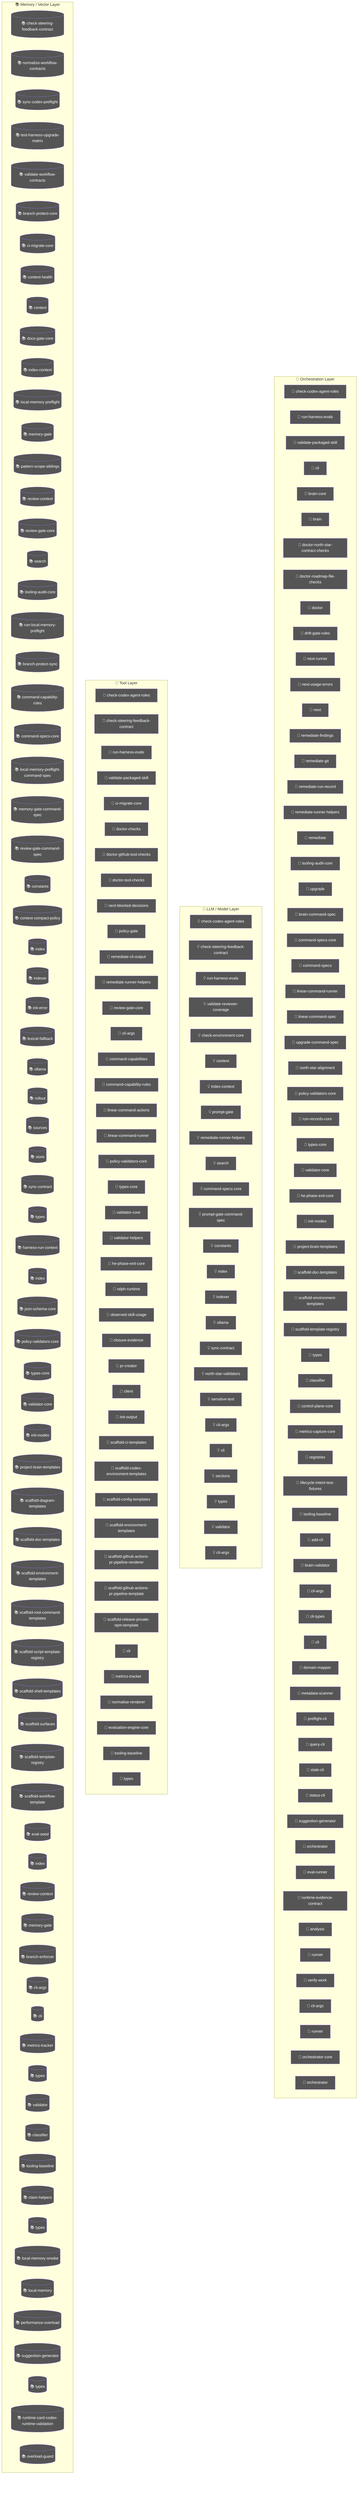
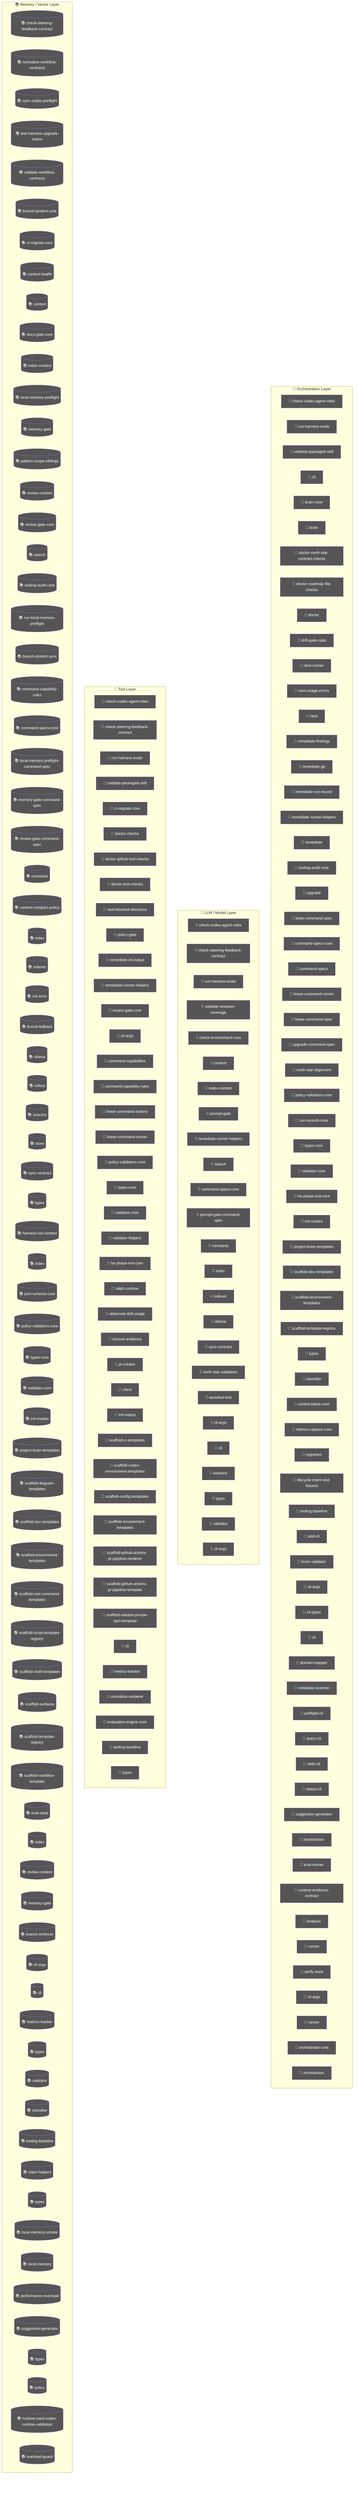
flowchart TD
  subgraph Orchestration["🎯 Orchestration Layer"]
    node_agent_mmd_orchestration_layer_orchestration_chec_7a9f0b64["🤖 check-codex-agent-roles"]
    node_agent_mmd_orchestration_layer_orchestration_run__18817957["🤖 run-harness-evals"]
    node_agent_mmd_orchestration_layer_orchestration_vali_c01b04be["🤖 validate-packaged-skill"]
    cli_99bb8840["🤖 cli"]
    brain_core_aa07c380["🤖 brain-core"]
    brain_bbbf7a64["🤖 brain"]
    doctor_north_star_contract_checks_0048124c["🤖 doctor-north-star-contract-checks"]
    doctor_roadmap_file_checks_14447b8e["🤖 doctor-roadmap-file-checks"]
    doctor_72f4be89["🤖 doctor"]
    drift_gate_rules_9685e72d["🤖 drift-gate-rules"]
    next_runner_41643472["🤖 next-runner"]
    next_usage_errors_837a345a["🤖 next-usage-errors"]
    next_c6c1c9a9["🤖 next"]
    remediate_findings_8b09c8c6["🤖 remediate-findings"]
    remediate_git_58c6f6f4["🤖 remediate-git"]
    remediate_run_record_9dfe5dc1["🤖 remediate-run-record"]
    node_agent_mmd_orchestration_layer_orchestration_reme_359fe98f["🤖 remediate-runner-helpers"]
    remediate_06b9c7fc["🤖 remediate"]
    node_agent_mmd_orchestration_layer_orchestration_tool_acfe0c01["🤖 tooling-audit-core"]
    upgrade_7fef9479["🤖 upgrade"]
    brain_command_spec_15b122d5["🤖 brain-command-spec"]
    node_agent_mmd_orchestration_layer_orchestration_comm_1f8cc24c["🤖 command-specs-core"]
    command_specs_69167c63["🤖 command-specs"]
    node_agent_mmd_orchestration_layer_orchestration_line_b67affd5["🤖 linear-command-runner"]
    linear_command_spec_1e12dd44["🤖 linear-command-spec"]
    upgrade_command_spec_03f6c7bd["🤖 upgrade-command-spec"]
    north_star_alignment_00440188["🤖 north-star-alignment"]
    node_agent_mmd_orchestration_layer_orchestration_poli_3270b55d["🤖 policy-validators-core"]
    run_records_core_89286dfa["🤖 run-records-core"]
    node_agent_mmd_orchestration_layer_orchestration_type_7cf81261["🤖 types-core"]
    node_agent_mmd_orchestration_layer_orchestration_vali_d9fe99e6["🤖 validator-core"]
    node_agent_mmd_orchestration_layer_orchestration_he_p_fc778c24["🤖 he-phase-exit-core"]
    node_agent_mmd_orchestration_layer_orchestration_init_2a9c3ecb["🤖 init-modes"]
    node_agent_mmd_orchestration_layer_orchestration_proj_6ab6f60f["🤖 project-brain-templates"]
    node_agent_mmd_orchestration_layer_orchestration_scaf_12cc07db["🤖 scaffold-doc-templates"]
    node_agent_mmd_orchestration_layer_orchestration_scaf_c9a90c2f["🤖 scaffold-environment-templates"]
    node_agent_mmd_orchestration_layer_orchestration_scaf_ff8f92f6["🤖 scaffold-template-registry"]
    types_11_4be3ee64["🤖 types"]
    node_agent_mmd_orchestration_layer_orchestration_clas_899b821a["🤖 classifier"]
    control_plane_core_db3b4cb2["🤖 control-plane-core"]
    metrics_capture_core_db4bf7cf["🤖 metrics-capture-core"]
    registries_06402afa["🤖 registries"]
    lifecycle_intent_test_fixtures_a53c7ada["🤖 lifecycle-intent-test-fixtures"]
    node_agent_mmd_orchestration_layer_orchestration_tool_cc43149f["🤖 tooling-baseline"]
    add_cli_7614de25["🤖 add-cli"]
    brain_validator_be251832["🤖 brain-validator"]
    cli_args_8_d546936e["🤖 cli-args"]
    cli_types_1686e858["🤖 cli-types"]
    cli_7_dc4a9f7f["🤖 cli"]
    domain_mapper_cd9333d2["🤖 domain-mapper"]
    metadata_scanner_6a101b66["🤖 metadata-scanner"]
    preflight_cli_5d148379["🤖 preflight-cli"]
    query_cli_b95be64d["🤖 query-cli"]
    stale_cli_64548720["🤖 stale-cli"]
    status_cli_4c24a0d6["🤖 status-cli"]
    node_agent_mmd_orchestration_layer_orchestration_sugg_85c5ebe3["🤖 suggestion-generator"]
    orchestrator_11376b7e["🤖 orchestrator"]
    eval_runner_0966a6b3["🤖 eval-runner"]
    runtime_evidence_contract_0f7b15b2["🤖 runtime-evidence-contract"]
    analysis_f44e85c4["🤖 analysis"]
    runner_527aa9f4["🤖 runner"]
    verify_work_1_cd8e7ec3["🤖 verify-work"]
    cli_args_14_3481043e["🤖 cli-args"]
    runner_1_6f281bf8["🤖 runner"]
    orchestrator_core_d0678b53["🤖 orchestrator-core"]
    orchestrator_1_6b7137c5["🤖 orchestrator"]
  end
  subgraph LLMLayer["🧠 LLM / Model Layer"]
    node_agent_mmd_llm_model_layer_llmlayer_check_codex_a_29e7b7fa["💡 check-codex-agent-roles"]
    node_agent_mmd_llm_model_layer_llmlayer_check_steerin_a7dbbd2f["💡 check-steering-feedback-contract"]
    node_agent_mmd_llm_model_layer_llmlayer_run_harness_e_603fcfdc["💡 run-harness-evals"]
    validate_reviewer_coverage_251efee3["💡 validate-reviewer-coverage"]
    check_environment_core_2c16213f["💡 check-environment-core"]
    node_agent_mmd_llm_model_layer_llmlayer_context_conte_ad2dfbd9["💡 context"]
    node_agent_mmd_llm_model_layer_llmlayer_index_context_1041bd11["💡 index-context"]
    prompt_gate_c5e9d207["💡 prompt-gate"]
    node_agent_mmd_llm_model_layer_llmlayer_remediate_run_9e3d4585["💡 remediate-runner-helpers"]
    node_agent_mmd_llm_model_layer_llmlayer_search_search_66b9a911["💡 search"]
    node_agent_mmd_llm_model_layer_llmlayer_command_specs_782af9fa["💡 command-specs-core"]
    prompt_gate_command_spec_9a941482["💡 prompt-gate-command-spec"]
    node_agent_mmd_llm_model_layer_llmlayer_constants_con_c9bd3f6c["💡 constants"]
    node_agent_mmd_llm_model_layer_llmlayer_index_index_1_02e160ff["💡 index"]
    node_agent_mmd_llm_model_layer_llmlayer_indexer_index_4f4deef5["💡 indexer"]
    node_agent_mmd_llm_model_layer_llmlayer_ollama_ollama_968b23fa["💡 ollama"]
    node_agent_mmd_llm_model_layer_llmlayer_sync_contract_9f3cc8c1["💡 sync-contract"]
    north_star_validators_cfc926ce["💡 north-star-validators"]
    sensitive_text_7c11f760["💡 sensitive-text"]
    cli_args_9_9c136878["💡 cli-args"]
    cli_8_e3a6ce03["💡 cli"]
    sections_4697ef32["💡 sections"]
    types_21_5756f9dc["💡 types"]
    validator_6_3688adbf["💡 validator"]
    cli_args_10_861cdd3f["💡 cli-args"]
  end
  subgraph ToolLayer["🔧 Tool Layer"]
    node_agent_mmd_tool_layer_toollayer_check_codex_agent_4b361d5a["🔧 check-codex-agent-roles"]
    node_agent_mmd_tool_layer_toollayer_check_steering_fe_84ed22c2["🔧 check-steering-feedback-contract"]
    node_agent_mmd_tool_layer_toollayer_run_harness_evals_e2ee24f1["🔧 run-harness-evals"]
    node_agent_mmd_tool_layer_toollayer_validate_packaged_f6ed6f12["🔧 validate-packaged-skill"]
    node_agent_mmd_tool_layer_toollayer_ci_migrate_core_c_049f8460["🔧 ci-migrate-core"]
    doctor_checks_5a2eb2b9["🔧 doctor-checks"]
    doctor_github_tool_checks_a53b0382["🔧 doctor-github-tool-checks"]
    doctor_tool_checks_4acac51a["🔧 doctor-tool-checks"]
    next_blocked_decisions_4140ad2b["🔧 next-blocked-decisions"]
    policy_gate_213f7313["🔧 policy-gate"]
    remediate_cli_output_cc165396["🔧 remediate-cli-output"]
    node_agent_mmd_tool_layer_toollayer_remediate_runner__c003b871["🔧 remediate-runner-helpers"]
    node_agent_mmd_tool_layer_toollayer_review_gate_core__7704598b["🔧 review-gate-core"]
    cli_args_1_6144b055["🔧 cli-args"]
    command_capabilities_a4d5c71e["🔧 command-capabilities"]
    node_agent_mmd_tool_layer_toollayer_command_capabilit_e97a4615["🔧 command-capability-rules"]
    linear_command_actions_e430f4f4["🔧 linear-command-actions"]
    node_agent_mmd_tool_layer_toollayer_linear_command_ru_d6763748["🔧 linear-command-runner"]
    node_agent_mmd_tool_layer_toollayer_policy_validators_af136abf["🔧 policy-validators-core"]
    node_agent_mmd_tool_layer_toollayer_types_core_types__6c8319b6["🔧 types-core"]
    node_agent_mmd_tool_layer_toollayer_validator_core_va_6ef6131f["🔧 validator-core"]
    validator_helpers_7b927667["🔧 validator-helpers"]
    node_agent_mmd_tool_layer_toollayer_he_phase_exit_cor_af016160["🔧 he-phase-exit-core"]
    ralph_runtime_73d63c0e["🔧 ralph-runtime"]
    observed_skill_usage_ed7d5930["🔧 observed-skill-usage"]
    closure_evidence_aaa31467["🔧 closure-evidence"]
    pr_creator_dc6b1ea4["🔧 pr-creator"]
    client_948fe603["🔧 client"]
    init_output_360dce91["🔧 init-output"]
    scaffold_ci_templates_2afd6392["🔧 scaffold-ci-templates"]
    scaffold_codex_environment_templates_334fbbed["🔧 scaffold-codex-environment-templates"]
    scaffold_config_templates_4b80ce53["🔧 scaffold-config-templates"]
    node_agent_mmd_tool_layer_toollayer_scaffold_environm_c1afc013["🔧 scaffold-environment-templates"]
    scaffold_github_actions_pr_pipeline_renderer_1ee18de5["🔧 scaffold-github-actions-pr-pipeline-renderer"]
    scaffold_github_actions_pr_pipeline_template_e2b85f62["🔧 scaffold-github-actions-pr-pipeline-template"]
    scaffold_release_private_npm_template_075499f8["🔧 scaffold-release-private-npm-template"]
    node_agent_mmd_tool_layer_toollayer_cli_cli_2_1_32d9eeaf["🔧 cli"]
    node_agent_mmd_tool_layer_toollayer_metrics_tracker_m_4c9237d8["🔧 metrics-tracker"]
    normalise_renderer_85f2e563["🔧 normalise-renderer"]
    evaluation_engine_core_e054fe49["🔧 evaluation-engine-core"]
    node_agent_mmd_tool_layer_toollayer_tooling_baseline__61e66e9f["🔧 tooling-baseline"]
-     types_28_4476fcc6["🔧 types"]
+     types_29_929d5a70["🔧 types"]
  end
  subgraph MemoryLayer["📚 Memory / Vector Layer"]
    node_agent_mmd_memory_vector_layer_memorylayer_check__d71f8993[("📚 check-steering-feedback-contract")]
    normalize_workflow_contracts_8701f1c8[("📚 normalize-workflow-contracts")]
    sync_codex_preflight_7e7a8dc2[("📚 sync-codex-preflight")]
    test_harness_upgrade_matrix_84113c4e[("📚 test-harness-upgrade-matrix")]
    validate_workflow_contracts_33dc063c[("📚 validate-workflow-contracts")]
    branch_protect_core_a8feb0fd[("📚 branch-protect-core")]
    node_agent_mmd_memory_vector_layer_memorylayer_ci_mig_0cd5b1a4[("📚 ci-migrate-core")]
    context_health_80bb7da9[("📚 context-health")]
    node_agent_mmd_memory_vector_layer_memorylayer_contex_78ceaaa9[("📚 context")]
    docs_gate_core_eb9b6c18[("📚 docs-gate-core")]
    node_agent_mmd_memory_vector_layer_memorylayer_index__6f3402d0[("📚 index-context")]
    local_memory_preflight_dcc36c42[("📚 local-memory-preflight")]
    memory_gate_a577a506[("📚 memory-gate")]
    pattern_scope_siblings_43abe000[("📚 pattern-scope-siblings")]
    review_context_ca6cf81d[("📚 review-context")]
    node_agent_mmd_memory_vector_layer_memorylayer_review_5bee9816[("📚 review-gate-core")]
    node_agent_mmd_memory_vector_layer_memorylayer_search_ac35cb7e[("📚 search")]
    node_agent_mmd_memory_vector_layer_memorylayer_toolin_a1185b8f[("📚 tooling-audit-core")]
    run_local_memory_preflight_36e92808[("📚 run-local-memory-preflight")]
    branch_protect_sync_570adb18[("📚 branch-protect-sync")]
    node_agent_mmd_memory_vector_layer_memorylayer_comman_c72a5d05[("📚 command-capability-rules")]
    node_agent_mmd_memory_vector_layer_memorylayer_comman_111eb454[("📚 command-specs-core")]
    local_memory_preflight_command_spec_9e23f3ce[("📚 local-memory-preflight-command-spec")]
    memory_gate_command_spec_dc9001a9[("📚 memory-gate-command-spec")]
    review_gate_command_spec_3187376a[("📚 review-gate-command-spec")]
    node_agent_mmd_memory_vector_layer_memorylayer_consta_702d3f46[("📚 constants")]
    context_compact_policy_3dcaf95d[("📚 context-compact-policy")]
    node_agent_mmd_memory_vector_layer_memorylayer_index__752bc61e[("📚 index")]
    node_agent_mmd_memory_vector_layer_memorylayer_indexe_93e6d86f[("📚 indexer")]
    init_error_5c7dd49f[("📚 init-error")]
    lexical_fallback_723e2b3e[("📚 lexical-fallback")]
    node_agent_mmd_memory_vector_layer_memorylayer_ollama_6d51be16[("📚 ollama")]
    rollout_a4fa034c[("📚 rollout")]
    sources_878a52fc[("📚 sources")]
    store_824d80d7[("📚 store")]
    node_agent_mmd_memory_vector_layer_memorylayer_sync_c_e43418bc[("📚 sync-contract")]
    types_4_822d0f88[("📚 types")]
    harness_run_context_ac7c77a9[("📚 harness-run-context")]
    index_1_faebc14e[("📚 index")]
    json_schema_core_96d7e328[("📚 json-schema-core")]
    node_agent_mmd_memory_vector_layer_memorylayer_policy_1944de42[("📚 policy-validators-core")]
    node_agent_mmd_memory_vector_layer_memorylayer_types__83f369fa[("📚 types-core")]
    node_agent_mmd_memory_vector_layer_memorylayer_valida_41034356[("📚 validator-core")]
    node_agent_mmd_memory_vector_layer_memorylayer_init_m_333d02c5[("📚 init-modes")]
    node_agent_mmd_memory_vector_layer_memorylayer_projec_3ae304d9[("📚 project-brain-templates")]
    scaffold_diagram_templates_dd88e83c[("📚 scaffold-diagram-templates")]
    node_agent_mmd_memory_vector_layer_memorylayer_scaffo_5fd73b94[("📚 scaffold-doc-templates")]
    node_agent_mmd_memory_vector_layer_memorylayer_scaffo_12b42341[("📚 scaffold-environment-templates")]
    scaffold_root_command_templates_404fed7f[("📚 scaffold-root-command-templates")]
    scaffold_script_template_registry_69312d4e[("📚 scaffold-script-template-registry")]
    scaffold_shell_templates_0ad0f915[("📚 scaffold-shell-templates")]
    scaffold_surfaces_12d6494e[("📚 scaffold-surfaces")]
    node_agent_mmd_memory_vector_layer_memorylayer_scaffo_a86eece1[("📚 scaffold-template-registry")]
    scaffold_workflow_template_92310587[("📚 scaffold-workflow-template")]
    eval_seed_5699fd3e[("📚 eval-seed")]
    index_6_fc9e91e2[("📚 index")]
    review_context_1_e3afed15[("📚 review-context")]
    memory_gate_1_265164ac[("📚 memory-gate")]
    branch_enforcer_acb749cd[("📚 branch-enforcer")]
    cli_args_5_09ea29f0[("📚 cli-args")]
    node_agent_mmd_memory_vector_layer_memorylayer_cli_cl_1f1f89ab[("📚 cli")]
    node_agent_mmd_memory_vector_layer_memorylayer_metric_12562178[("📚 metrics-tracker")]
    types_13_d025517b[("📚 types")]
    validator_4_5180cf23[("📚 validator")]
    node_agent_mmd_memory_vector_layer_memorylayer_classi_1ebbf5ff[("📚 classifier")]
    node_agent_mmd_memory_vector_layer_memorylayer_toolin_14f86b00[("📚 tooling-baseline")]
    claim_helpers_20dc8387[("📚 claim-helpers")]
    types_18_37582e2a[("📚 types")]
    local_memory_smoke_1175abfc[("📚 local-memory-smoke")]
    local_memory_0db17ecc[("📚 local-memory")]
    performance_overload_c685bfcf[("📚 performance-overload")]
    node_agent_mmd_memory_vector_layer_memorylayer_sugges_267f408d[("📚 suggestion-generator")]
    types_25_89d086aa[("📚 types")]
+     policy_1_fc4198db[("📚 policy")]
    runtime_card_codex_runtime_validation_d8ce9934[("📚 runtime-card-codex-runtime-validation")]
    overload_guard_2748c559[("📚 overload-guard")]
  end
  classDef agentNode fill:#555,color:#fff
  class node_agent_mmd_orchestration_layer_orchestration_chec_7a9f0b64,node_agent_mmd_llm_model_layer_llmlayer_check_codex_a_29e7b7fa,node_agent_mmd_tool_layer_toollayer_check_codex_agent_4b361d5a,node_agent_mmd_orchestration_layer_orchestration_run__18817957,node_agent_mmd_llm_model_layer_llmlayer_run_harness_e_603fcfdc,node_agent_mmd_tool_layer_toollayer_run_harness_evals_e2ee24f1,node_agent_mmd_orchestration_layer_orchestration_vali_c01b04be,node_agent_mmd_tool_layer_toollayer_validate_packaged_f6ed6f12,cli_99bb8840,brain_core_aa07c380,brain_bbbf7a64,doctor_north_star_contract_checks_0048124c,doctor_roadmap_file_checks_14447b8e,doctor_72f4be89,drift_gate_rules_9685e72d,next_runner_41643472,next_usage_errors_837a345a,next_c6c1c9a9,remediate_findings_8b09c8c6,remediate_git_58c6f6f4,remediate_run_record_9dfe5dc1,node_agent_mmd_orchestration_layer_orchestration_reme_359fe98f,node_agent_mmd_llm_model_layer_llmlayer_remediate_run_9e3d4585,node_agent_mmd_tool_layer_toollayer_remediate_runner__c003b871,remediate_06b9c7fc,node_agent_mmd_orchestration_layer_orchestration_tool_acfe0c01,node_agent_mmd_memory_vector_layer_memorylayer_toolin_a1185b8f,upgrade_7fef9479,brain_command_spec_15b122d5,node_agent_mmd_orchestration_layer_orchestration_comm_1f8cc24c,node_agent_mmd_llm_model_layer_llmlayer_command_specs_782af9fa,node_agent_mmd_memory_vector_layer_memorylayer_comman_111eb454,command_specs_69167c63,node_agent_mmd_orchestration_layer_orchestration_line_b67affd5,node_agent_mmd_tool_layer_toollayer_linear_command_ru_d6763748,linear_command_spec_1e12dd44,upgrade_command_spec_03f6c7bd,north_star_alignment_00440188,node_agent_mmd_orchestration_layer_orchestration_poli_3270b55d,node_agent_mmd_tool_layer_toollayer_policy_validators_af136abf,node_agent_mmd_memory_vector_layer_memorylayer_policy_1944de42,run_records_core_89286dfa,node_agent_mmd_orchestration_layer_orchestration_type_7cf81261,node_agent_mmd_tool_layer_toollayer_types_core_types__6c8319b6,node_agent_mmd_memory_vector_layer_memorylayer_types__83f369fa,node_agent_mmd_orchestration_layer_orchestration_vali_d9fe99e6,node_agent_mmd_tool_layer_toollayer_validator_core_va_6ef6131f,node_agent_mmd_memory_vector_layer_memorylayer_valida_41034356,node_agent_mmd_orchestration_layer_orchestration_he_p_fc778c24,node_agent_mmd_tool_layer_toollayer_he_phase_exit_cor_af016160,node_agent_mmd_orchestration_layer_orchestration_init_2a9c3ecb,node_agent_mmd_memory_vector_layer_memorylayer_init_m_333d02c5,node_agent_mmd_orchestration_layer_orchestration_proj_6ab6f60f,node_agent_mmd_memory_vector_layer_memorylayer_projec_3ae304d9,node_agent_mmd_orchestration_layer_orchestration_scaf_12cc07db,node_agent_mmd_memory_vector_layer_memorylayer_scaffo_5fd73b94,node_agent_mmd_orchestration_layer_orchestration_scaf_c9a90c2f,node_agent_mmd_tool_layer_toollayer_scaffold_environm_c1afc013,node_agent_mmd_memory_vector_layer_memorylayer_scaffo_12b42341,node_agent_mmd_orchestration_layer_orchestration_scaf_ff8f92f6,node_agent_mmd_memory_vector_layer_memorylayer_scaffo_a86eece1,types_11_4be3ee64,node_agent_mmd_orchestration_layer_orchestration_clas_899b821a,node_agent_mmd_memory_vector_layer_memorylayer_classi_1ebbf5ff,control_plane_core_db3b4cb2,metrics_capture_core_db4bf7cf,registries_06402afa,lifecycle_intent_test_fixtures_a53c7ada,node_agent_mmd_orchestration_layer_orchestration_tool_cc43149f,node_agent_mmd_tool_layer_toollayer_tooling_baseline__61e66e9f,node_agent_mmd_memory_vector_layer_memorylayer_toolin_14f86b00,add_cli_7614de25,brain_validator_be251832,cli_args_8_d546936e,cli_types_1686e858,cli_7_dc4a9f7f,domain_mapper_cd9333d2,metadata_scanner_6a101b66,preflight_cli_5d148379,query_cli_b95be64d,stale_cli_64548720,status_cli_4c24a0d6,node_agent_mmd_orchestration_layer_orchestration_sugg_85c5ebe3,node_agent_mmd_memory_vector_layer_memorylayer_sugges_267f408d,orchestrator_11376b7e,eval_runner_0966a6b3,runtime_evidence_contract_0f7b15b2,analysis_f44e85c4,runner_527aa9f4,verify_work_1_cd8e7ec3,cli_args_14_3481043e,runner_1_6f281bf8,orchestrator_core_d0678b53,orchestrator_1_6b7137c5 agentNode
  classDef llmNode fill:#555,color:#fff
  class node_agent_mmd_orchestration_layer_orchestration_chec_7a9f0b64,node_agent_mmd_llm_model_layer_llmlayer_check_codex_a_29e7b7fa,node_agent_mmd_tool_layer_toollayer_check_codex_agent_4b361d5a,node_agent_mmd_llm_model_layer_llmlayer_check_steerin_a7dbbd2f,node_agent_mmd_tool_layer_toollayer_check_steering_fe_84ed22c2,node_agent_mmd_memory_vector_layer_memorylayer_check__d71f8993,node_agent_mmd_orchestration_layer_orchestration_run__18817957,node_agent_mmd_llm_model_layer_llmlayer_run_harness_e_603fcfdc,node_agent_mmd_tool_layer_toollayer_run_harness_evals_e2ee24f1,validate_reviewer_coverage_251efee3,check_environment_core_2c16213f,node_agent_mmd_llm_model_layer_llmlayer_context_conte_ad2dfbd9,node_agent_mmd_memory_vector_layer_memorylayer_contex_78ceaaa9,node_agent_mmd_llm_model_layer_llmlayer_index_context_1041bd11,node_agent_mmd_memory_vector_layer_memorylayer_index__6f3402d0,prompt_gate_c5e9d207,node_agent_mmd_orchestration_layer_orchestration_reme_359fe98f,node_agent_mmd_llm_model_layer_llmlayer_remediate_run_9e3d4585,node_agent_mmd_tool_layer_toollayer_remediate_runner__c003b871,node_agent_mmd_llm_model_layer_llmlayer_search_search_66b9a911,node_agent_mmd_memory_vector_layer_memorylayer_search_ac35cb7e,node_agent_mmd_orchestration_layer_orchestration_comm_1f8cc24c,node_agent_mmd_llm_model_layer_llmlayer_command_specs_782af9fa,node_agent_mmd_memory_vector_layer_memorylayer_comman_111eb454,prompt_gate_command_spec_9a941482,node_agent_mmd_llm_model_layer_llmlayer_constants_con_c9bd3f6c,node_agent_mmd_memory_vector_layer_memorylayer_consta_702d3f46,node_agent_mmd_llm_model_layer_llmlayer_index_index_1_02e160ff,node_agent_mmd_memory_vector_layer_memorylayer_index__752bc61e,node_agent_mmd_llm_model_layer_llmlayer_indexer_index_4f4deef5,node_agent_mmd_memory_vector_layer_memorylayer_indexe_93e6d86f,node_agent_mmd_llm_model_layer_llmlayer_ollama_ollama_968b23fa,node_agent_mmd_memory_vector_layer_memorylayer_ollama_6d51be16,node_agent_mmd_llm_model_layer_llmlayer_sync_contract_9f3cc8c1,node_agent_mmd_memory_vector_layer_memorylayer_sync_c_e43418bc,north_star_validators_cfc926ce,sensitive_text_7c11f760,cli_args_9_9c136878,cli_8_e3a6ce03,sections_4697ef32,types_21_5756f9dc,validator_6_3688adbf,cli_args_10_861cdd3f llmNode
  classDef toolNode fill:#555,color:#fff
-   class node_agent_mmd_orchestration_layer_orchestration_chec_7a9f0b64,node_agent_mmd_llm_model_layer_llmlayer_check_codex_a_29e7b7fa,node_agent_mmd_tool_layer_toollayer_check_codex_agent_4b361d5a,node_agent_mmd_llm_model_layer_llmlayer_check_steerin_a7dbbd2f,node_agent_mmd_tool_layer_toollayer_check_steering_fe_84ed22c2,node_agent_mmd_memory_vector_layer_memorylayer_check__d71f8993,node_agent_mmd_orchestration_layer_orchestration_run__18817957,node_agent_mmd_llm_model_layer_llmlayer_run_harness_e_603fcfdc,node_agent_mmd_tool_layer_toollayer_run_harness_evals_e2ee24f1,node_agent_mmd_orchestration_layer_orchestration_vali_c01b04be,node_agent_mmd_tool_layer_toollayer_validate_packaged_f6ed6f12,node_agent_mmd_tool_layer_toollayer_ci_migrate_core_c_049f8460,node_agent_mmd_memory_vector_layer_memorylayer_ci_mig_0cd5b1a4,doctor_checks_5a2eb2b9,doctor_github_tool_checks_a53b0382,doctor_tool_checks_4acac51a,next_blocked_decisions_4140ad2b,policy_gate_213f7313,remediate_cli_output_cc165396,node_agent_mmd_orchestration_layer_orchestration_reme_359fe98f,node_agent_mmd_llm_model_layer_llmlayer_remediate_run_9e3d4585,node_agent_mmd_tool_layer_toollayer_remediate_runner__c003b871,node_agent_mmd_tool_layer_toollayer_review_gate_core__7704598b,node_agent_mmd_memory_vector_layer_memorylayer_review_5bee9816,cli_args_1_6144b055,command_capabilities_a4d5c71e,node_agent_mmd_tool_layer_toollayer_command_capabilit_e97a4615,node_agent_mmd_memory_vector_layer_memorylayer_comman_c72a5d05,linear_command_actions_e430f4f4,node_agent_mmd_orchestration_layer_orchestration_line_b67affd5,node_agent_mmd_tool_layer_toollayer_linear_command_ru_d6763748,node_agent_mmd_orchestration_layer_orchestration_poli_3270b55d,node_agent_mmd_tool_layer_toollayer_policy_validators_af136abf,node_agent_mmd_memory_vector_layer_memorylayer_policy_1944de42,node_agent_mmd_orchestration_layer_orchestration_type_7cf81261,node_agent_mmd_tool_layer_toollayer_types_core_types__6c8319b6,node_agent_mmd_memory_vector_layer_memorylayer_types__83f369fa,node_agent_mmd_orchestration_layer_orchestration_vali_d9fe99e6,node_agent_mmd_tool_layer_toollayer_validator_core_va_6ef6131f,node_agent_mmd_memory_vector_layer_memorylayer_valida_41034356,validator_helpers_7b927667,node_agent_mmd_orchestration_layer_orchestration_he_p_fc778c24,node_agent_mmd_tool_layer_toollayer_he_phase_exit_cor_af016160,ralph_runtime_73d63c0e,observed_skill_usage_ed7d5930,closure_evidence_aaa31467,pr_creator_dc6b1ea4,client_948fe603,init_output_360dce91,scaffold_ci_templates_2afd6392,scaffold_codex_environment_templates_334fbbed,scaffold_config_templates_4b80ce53,node_agent_mmd_orchestration_layer_orchestration_scaf_c9a90c2f,node_agent_mmd_tool_layer_toollayer_scaffold_environm_c1afc013,node_agent_mmd_memory_vector_layer_memorylayer_scaffo_12b42341,scaffold_github_actions_pr_pipeline_renderer_1ee18de5,scaffold_github_actions_pr_pipeline_template_e2b85f62,scaffold_release_private_npm_template_075499f8,node_agent_mmd_tool_layer_toollayer_cli_cli_2_1_32d9eeaf,node_agent_mmd_memory_vector_layer_memorylayer_cli_cl_1f1f89ab,node_agent_mmd_tool_layer_toollayer_metrics_tracker_m_4c9237d8,node_agent_mmd_memory_vector_layer_memorylayer_metric_12562178,normalise_renderer_85f2e563,evaluation_engine_core_e054fe49,node_agent_mmd_orchestration_layer_orchestration_tool_cc43149f,node_agent_mmd_tool_layer_toollayer_tooling_baseline__61e66e9f,node_agent_mmd_memory_vector_layer_memorylayer_toolin_14f86b00,types_28_4476fcc6 toolNode
+   class node_agent_mmd_orchestration_layer_orchestration_chec_7a9f0b64,node_agent_mmd_llm_model_layer_llmlayer_check_codex_a_29e7b7fa,node_agent_mmd_tool_layer_toollayer_check_codex_agent_4b361d5a,node_agent_mmd_llm_model_layer_llmlayer_check_steerin_a7dbbd2f,node_agent_mmd_tool_layer_toollayer_check_steering_fe_84ed22c2,node_agent_mmd_memory_vector_layer_memorylayer_check__d71f8993,node_agent_mmd_orchestration_layer_orchestration_run__18817957,node_agent_mmd_llm_model_layer_llmlayer_run_harness_e_603fcfdc,node_agent_mmd_tool_layer_toollayer_run_harness_evals_e2ee24f1,node_agent_mmd_orchestration_layer_orchestration_vali_c01b04be,node_agent_mmd_tool_layer_toollayer_validate_packaged_f6ed6f12,node_agent_mmd_tool_layer_toollayer_ci_migrate_core_c_049f8460,node_agent_mmd_memory_vector_layer_memorylayer_ci_mig_0cd5b1a4,doctor_checks_5a2eb2b9,doctor_github_tool_checks_a53b0382,doctor_tool_checks_4acac51a,next_blocked_decisions_4140ad2b,policy_gate_213f7313,remediate_cli_output_cc165396,node_agent_mmd_orchestration_layer_orchestration_reme_359fe98f,node_agent_mmd_llm_model_layer_llmlayer_remediate_run_9e3d4585,node_agent_mmd_tool_layer_toollayer_remediate_runner__c003b871,node_agent_mmd_tool_layer_toollayer_review_gate_core__7704598b,node_agent_mmd_memory_vector_layer_memorylayer_review_5bee9816,cli_args_1_6144b055,command_capabilities_a4d5c71e,node_agent_mmd_tool_layer_toollayer_command_capabilit_e97a4615,node_agent_mmd_memory_vector_layer_memorylayer_comman_c72a5d05,linear_command_actions_e430f4f4,node_agent_mmd_orchestration_layer_orchestration_line_b67affd5,node_agent_mmd_tool_layer_toollayer_linear_command_ru_d6763748,node_agent_mmd_orchestration_layer_orchestration_poli_3270b55d,node_agent_mmd_tool_layer_toollayer_policy_validators_af136abf,node_agent_mmd_memory_vector_layer_memorylayer_policy_1944de42,node_agent_mmd_orchestration_layer_orchestration_type_7cf81261,node_agent_mmd_tool_layer_toollayer_types_core_types__6c8319b6,node_agent_mmd_memory_vector_layer_memorylayer_types__83f369fa,node_agent_mmd_orchestration_layer_orchestration_vali_d9fe99e6,node_agent_mmd_tool_layer_toollayer_validator_core_va_6ef6131f,node_agent_mmd_memory_vector_layer_memorylayer_valida_41034356,validator_helpers_7b927667,node_agent_mmd_orchestration_layer_orchestration_he_p_fc778c24,node_agent_mmd_tool_layer_toollayer_he_phase_exit_cor_af016160,ralph_runtime_73d63c0e,observed_skill_usage_ed7d5930,closure_evidence_aaa31467,pr_creator_dc6b1ea4,client_948fe603,init_output_360dce91,scaffold_ci_templates_2afd6392,scaffold_codex_environment_templates_334fbbed,scaffold_config_templates_4b80ce53,node_agent_mmd_orchestration_layer_orchestration_scaf_c9a90c2f,node_agent_mmd_tool_layer_toollayer_scaffold_environm_c1afc013,node_agent_mmd_memory_vector_layer_memorylayer_scaffo_12b42341,scaffold_github_actions_pr_pipeline_renderer_1ee18de5,scaffold_github_actions_pr_pipeline_template_e2b85f62,scaffold_release_private_npm_template_075499f8,node_agent_mmd_tool_layer_toollayer_cli_cli_2_1_32d9eeaf,node_agent_mmd_memory_vector_layer_memorylayer_cli_cl_1f1f89ab,node_agent_mmd_tool_layer_toollayer_metrics_tracker_m_4c9237d8,node_agent_mmd_memory_vector_layer_memorylayer_metric_12562178,normalise_renderer_85f2e563,evaluation_engine_core_e054fe49,node_agent_mmd_orchestration_layer_orchestration_tool_cc43149f,node_agent_mmd_tool_layer_toollayer_tooling_baseline__61e66e9f,node_agent_mmd_memory_vector_layer_memorylayer_toolin_14f86b00,types_29_929d5a70 toolNode
  classDef memNode fill:#555,color:#fff
-   class node_agent_mmd_llm_model_layer_llmlayer_check_steerin_a7dbbd2f,node_agent_mmd_tool_layer_toollayer_check_steering_fe_84ed22c2,node_agent_mmd_memory_vector_layer_memorylayer_check__d71f8993,normalize_workflow_contracts_8701f1c8,sync_codex_preflight_7e7a8dc2,test_harness_upgrade_matrix_84113c4e,validate_workflow_contracts_33dc063c,branch_protect_core_a8feb0fd,node_agent_mmd_tool_layer_toollayer_ci_migrate_core_c_049f8460,node_agent_mmd_memory_vector_layer_memorylayer_ci_mig_0cd5b1a4,context_health_80bb7da9,node_agent_mmd_llm_model_layer_llmlayer_context_conte_ad2dfbd9,node_agent_mmd_memory_vector_layer_memorylayer_contex_78ceaaa9,docs_gate_core_eb9b6c18,node_agent_mmd_llm_model_layer_llmlayer_index_context_1041bd11,node_agent_mmd_memory_vector_layer_memorylayer_index__6f3402d0,local_memory_preflight_dcc36c42,memory_gate_a577a506,pattern_scope_siblings_43abe000,review_context_ca6cf81d,node_agent_mmd_tool_layer_toollayer_review_gate_core__7704598b,node_agent_mmd_memory_vector_layer_memorylayer_review_5bee9816,node_agent_mmd_llm_model_layer_llmlayer_search_search_66b9a911,node_agent_mmd_memory_vector_layer_memorylayer_search_ac35cb7e,node_agent_mmd_orchestration_layer_orchestration_tool_acfe0c01,node_agent_mmd_memory_vector_layer_memorylayer_toolin_a1185b8f,run_local_memory_preflight_36e92808,branch_protect_sync_570adb18,node_agent_mmd_tool_layer_toollayer_command_capabilit_e97a4615,node_agent_mmd_memory_vector_layer_memorylayer_comman_c72a5d05,node_agent_mmd_orchestration_layer_orchestration_comm_1f8cc24c,node_agent_mmd_llm_model_layer_llmlayer_command_specs_782af9fa,node_agent_mmd_memory_vector_layer_memorylayer_comman_111eb454,local_memory_preflight_command_spec_9e23f3ce,memory_gate_command_spec_dc9001a9,review_gate_command_spec_3187376a,node_agent_mmd_llm_model_layer_llmlayer_constants_con_c9bd3f6c,node_agent_mmd_memory_vector_layer_memorylayer_consta_702d3f46,context_compact_policy_3dcaf95d,node_agent_mmd_llm_model_layer_llmlayer_index_index_1_02e160ff,node_agent_mmd_memory_vector_layer_memorylayer_index__752bc61e,node_agent_mmd_llm_model_layer_llmlayer_indexer_index_4f4deef5,node_agent_mmd_memory_vector_layer_memorylayer_indexe_93e6d86f,init_error_5c7dd49f,lexical_fallback_723e2b3e,node_agent_mmd_llm_model_layer_llmlayer_ollama_ollama_968b23fa,node_agent_mmd_memory_vector_layer_memorylayer_ollama_6d51be16,rollout_a4fa034c,sources_878a52fc,store_824d80d7,node_agent_mmd_llm_model_layer_llmlayer_sync_contract_9f3cc8c1,node_agent_mmd_memory_vector_layer_memorylayer_sync_c_e43418bc,types_4_822d0f88,harness_run_context_ac7c77a9,index_1_faebc14e,json_schema_core_96d7e328,node_agent_mmd_orchestration_layer_orchestration_poli_3270b55d,node_agent_mmd_tool_layer_toollayer_policy_validators_af136abf,node_agent_mmd_memory_vector_layer_memorylayer_policy_1944de42,node_agent_mmd_orchestration_layer_orchestration_type_7cf81261,node_agent_mmd_tool_layer_toollayer_types_core_types__6c8319b6,node_agent_mmd_memory_vector_layer_memorylayer_types__83f369fa,node_agent_mmd_orchestration_layer_orchestration_vali_d9fe99e6,node_agent_mmd_tool_layer_toollayer_validator_core_va_6ef6131f,node_agent_mmd_memory_vector_layer_memorylayer_valida_41034356,node_agent_mmd_orchestration_layer_orchestration_init_2a9c3ecb,node_agent_mmd_memory_vector_layer_memorylayer_init_m_333d02c5,node_agent_mmd_orchestration_layer_orchestration_proj_6ab6f60f,node_agent_mmd_memory_vector_layer_memorylayer_projec_3ae304d9,scaffold_diagram_templates_dd88e83c,node_agent_mmd_orchestration_layer_orchestration_scaf_12cc07db,node_agent_mmd_memory_vector_layer_memorylayer_scaffo_5fd73b94,node_agent_mmd_orchestration_layer_orchestration_scaf_c9a90c2f,node_agent_mmd_tool_layer_toollayer_scaffold_environm_c1afc013,node_agent_mmd_memory_vector_layer_memorylayer_scaffo_12b42341,scaffold_root_command_templates_404fed7f,scaffold_script_template_registry_69312d4e,scaffold_shell_templates_0ad0f915,scaffold_surfaces_12d6494e,node_agent_mmd_orchestration_layer_orchestration_scaf_ff8f92f6,node_agent_mmd_memory_vector_layer_memorylayer_scaffo_a86eece1,scaffold_workflow_template_92310587,eval_seed_5699fd3e,index_6_fc9e91e2,review_context_1_e3afed15,memory_gate_1_265164ac,branch_enforcer_acb749cd,cli_args_5_09ea29f0,node_agent_mmd_tool_layer_toollayer_cli_cli_2_1_32d9eeaf,node_agent_mmd_memory_vector_layer_memorylayer_cli_cl_1f1f89ab,node_agent_mmd_tool_layer_toollayer_metrics_tracker_m_4c9237d8,node_agent_mmd_memory_vector_layer_memorylayer_metric_12562178,types_13_d025517b,validator_4_5180cf23,node_agent_mmd_orchestration_layer_orchestration_clas_899b821a,node_agent_mmd_memory_vector_layer_memorylayer_classi_1ebbf5ff,node_agent_mmd_orchestration_layer_orchestration_tool_cc43149f,node_agent_mmd_tool_layer_toollayer_tooling_baseline__61e66e9f,node_agent_mmd_memory_vector_layer_memorylayer_toolin_14f86b00,claim_helpers_20dc8387,types_18_37582e2a,local_memory_smoke_1175abfc,local_memory_0db17ecc,performance_overload_c685bfcf,node_agent_mmd_orchestration_layer_orchestration_sugg_85c5ebe3,node_agent_mmd_memory_vector_layer_memorylayer_sugges_267f408d,types_25_89d086aa,runtime_card_codex_runtime_validation_d8ce9934,overload_guard_2748c559 memNode
+   class node_agent_mmd_llm_model_layer_llmlayer_check_steerin_a7dbbd2f,node_agent_mmd_tool_layer_toollayer_check_steering_fe_84ed22c2,node_agent_mmd_memory_vector_layer_memorylayer_check__d71f8993,normalize_workflow_contracts_8701f1c8,sync_codex_preflight_7e7a8dc2,test_harness_upgrade_matrix_84113c4e,validate_workflow_contracts_33dc063c,branch_protect_core_a8feb0fd,node_agent_mmd_tool_layer_toollayer_ci_migrate_core_c_049f8460,node_agent_mmd_memory_vector_layer_memorylayer_ci_mig_0cd5b1a4,context_health_80bb7da9,node_agent_mmd_llm_model_layer_llmlayer_context_conte_ad2dfbd9,node_agent_mmd_memory_vector_layer_memorylayer_contex_78ceaaa9,docs_gate_core_eb9b6c18,node_agent_mmd_llm_model_layer_llmlayer_index_context_1041bd11,node_agent_mmd_memory_vector_layer_memorylayer_index__6f3402d0,local_memory_preflight_dcc36c42,memory_gate_a577a506,pattern_scope_siblings_43abe000,review_context_ca6cf81d,node_agent_mmd_tool_layer_toollayer_review_gate_core__7704598b,node_agent_mmd_memory_vector_layer_memorylayer_review_5bee9816,node_agent_mmd_llm_model_layer_llmlayer_search_search_66b9a911,node_agent_mmd_memory_vector_layer_memorylayer_search_ac35cb7e,node_agent_mmd_orchestration_layer_orchestration_tool_acfe0c01,node_agent_mmd_memory_vector_layer_memorylayer_toolin_a1185b8f,run_local_memory_preflight_36e92808,branch_protect_sync_570adb18,node_agent_mmd_tool_layer_toollayer_command_capabilit_e97a4615,node_agent_mmd_memory_vector_layer_memorylayer_comman_c72a5d05,node_agent_mmd_orchestration_layer_orchestration_comm_1f8cc24c,node_agent_mmd_llm_model_layer_llmlayer_command_specs_782af9fa,node_agent_mmd_memory_vector_layer_memorylayer_comman_111eb454,local_memory_preflight_command_spec_9e23f3ce,memory_gate_command_spec_dc9001a9,review_gate_command_spec_3187376a,node_agent_mmd_llm_model_layer_llmlayer_constants_con_c9bd3f6c,node_agent_mmd_memory_vector_layer_memorylayer_consta_702d3f46,context_compact_policy_3dcaf95d,node_agent_mmd_llm_model_layer_llmlayer_index_index_1_02e160ff,node_agent_mmd_memory_vector_layer_memorylayer_index__752bc61e,node_agent_mmd_llm_model_layer_llmlayer_indexer_index_4f4deef5,node_agent_mmd_memory_vector_layer_memorylayer_indexe_93e6d86f,init_error_5c7dd49f,lexical_fallback_723e2b3e,node_agent_mmd_llm_model_layer_llmlayer_ollama_ollama_968b23fa,node_agent_mmd_memory_vector_layer_memorylayer_ollama_6d51be16,rollout_a4fa034c,sources_878a52fc,store_824d80d7,node_agent_mmd_llm_model_layer_llmlayer_sync_contract_9f3cc8c1,node_agent_mmd_memory_vector_layer_memorylayer_sync_c_e43418bc,types_4_822d0f88,harness_run_context_ac7c77a9,index_1_faebc14e,json_schema_core_96d7e328,node_agent_mmd_orchestration_layer_orchestration_poli_3270b55d,node_agent_mmd_tool_layer_toollayer_policy_validators_af136abf,node_agent_mmd_memory_vector_layer_memorylayer_policy_1944de42,node_agent_mmd_orchestration_layer_orchestration_type_7cf81261,node_agent_mmd_tool_layer_toollayer_types_core_types__6c8319b6,node_agent_mmd_memory_vector_layer_memorylayer_types__83f369fa,node_agent_mmd_orchestration_layer_orchestration_vali_d9fe99e6,node_agent_mmd_tool_layer_toollayer_validator_core_va_6ef6131f,node_agent_mmd_memory_vector_layer_memorylayer_valida_41034356,node_agent_mmd_orchestration_layer_orchestration_init_2a9c3ecb,node_agent_mmd_memory_vector_layer_memorylayer_init_m_333d02c5,node_agent_mmd_orchestration_layer_orchestration_proj_6ab6f60f,node_agent_mmd_memory_vector_layer_memorylayer_projec_3ae304d9,scaffold_diagram_templates_dd88e83c,node_agent_mmd_orchestration_layer_orchestration_scaf_12cc07db,node_agent_mmd_memory_vector_layer_memorylayer_scaffo_5fd73b94,node_agent_mmd_orchestration_layer_orchestration_scaf_c9a90c2f,node_agent_mmd_tool_layer_toollayer_scaffold_environm_c1afc013,node_agent_mmd_memory_vector_layer_memorylayer_scaffo_12b42341,scaffold_root_command_templates_404fed7f,scaffold_script_template_registry_69312d4e,scaffold_shell_templates_0ad0f915,scaffold_surfaces_12d6494e,node_agent_mmd_orchestration_layer_orchestration_scaf_ff8f92f6,node_agent_mmd_memory_vector_layer_memorylayer_scaffo_a86eece1,scaffold_workflow_template_92310587,eval_seed_5699fd3e,index_6_fc9e91e2,review_context_1_e3afed15,memory_gate_1_265164ac,branch_enforcer_acb749cd,cli_args_5_09ea29f0,node_agent_mmd_tool_layer_toollayer_cli_cli_2_1_32d9eeaf,node_agent_mmd_memory_vector_layer_memorylayer_cli_cl_1f1f89ab,node_agent_mmd_tool_layer_toollayer_metrics_tracker_m_4c9237d8,node_agent_mmd_memory_vector_layer_memorylayer_metric_12562178,types_13_d025517b,validator_4_5180cf23,node_agent_mmd_orchestration_layer_orchestration_clas_899b821a,node_agent_mmd_memory_vector_layer_memorylayer_classi_1ebbf5ff,node_agent_mmd_orchestration_layer_orchestration_tool_cc43149f,node_agent_mmd_tool_layer_toollayer_tooling_baseline__61e66e9f,node_agent_mmd_memory_vector_layer_memorylayer_toolin_14f86b00,claim_helpers_20dc8387,types_18_37582e2a,local_memory_smoke_1175abfc,local_memory_0db17ecc,performance_overload_c685bfcf,node_agent_mmd_orchestration_layer_orchestration_sugg_85c5ebe3,node_agent_mmd_memory_vector_layer_memorylayer_sugges_267f408d,types_25_89d086aa,policy_1_fc4198db,runtime_card_codex_runtime_validation_d8ce9934,overload_guard_2748c559 memNode
